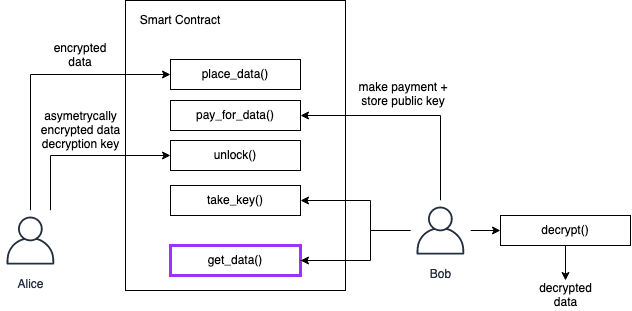
mradkov/ecdh-exchange keeps this draw.io diagram as assets/secure-data-exchange.png. Above is the earlier version. Source tidied: cells renumbered, new cells last; positions are measured from the earlier drawing's top-left corner, leaving out a move shared by most shapes. Its diagram source:
```xml
<mxGraphModel>
  <root>
    <mxCell id="0" />
    <mxCell id="1" parent="0" />
    <mxCell id="2" style="rounded=0;whiteSpace=wrap;html=1;" parent="1" vertex="1">
      <mxGeometry x="125" width="220" height="290" as="geometry" />
    </mxCell>
    <mxCell id="3" value="place_data()" style="rounded=0;whiteSpace=wrap;html=1;" parent="1" vertex="1">
      <mxGeometry x="170" y="59" width="130" height="30" as="geometry" />
    </mxCell>
    <mxCell id="4" style="edgeStyle=orthogonalEdgeStyle;rounded=0;jettySize=auto;html=1;entryX=0;entryY=0.5;entryDx=0;entryDy=0;" parent="1" edge="1" source="6" target="3">
      <mxGeometry relative="1" as="geometry">
        <Array as="points">
          <mxPoint x="30" y="74" />
        </Array>
      </mxGeometry>
    </mxCell>
    <mxCell id="5" style="edgeStyle=orthogonalEdgeStyle;rounded=0;jettySize=auto;html=1;entryX=0;entryY=0.5;entryDx=0;entryDy=0;" parent="1" edge="1" source="6" target="13">
      <mxGeometry relative="1" as="geometry">
        <Array as="points">
          <mxPoint x="50" y="155" />
        </Array>
      </mxGeometry>
    </mxCell>
    <mxCell id="6" value="&lt;div&gt;Alice&lt;/div&gt;" style="outlineConnect=0;fontColor=#232F3E;gradientColor=none;strokeColor=#232F3E;fillColor=#ffffff;dashed=0;verticalLabelPosition=bottom;verticalAlign=top;align=center;html=1;fontSize=12;fontStyle=0;shape=mxgraph.aws4.resourceIcon;resIcon=mxgraph.aws4.user;" parent="1" vertex="1">
      <mxGeometry y="210" width="60" height="60" as="geometry" />
    </mxCell>
    <mxCell id="7" style="edgeStyle=orthogonalEdgeStyle;rounded=0;jettySize=auto;html=1;entryX=1;entryY=0.5;entryDx=0;entryDy=0;" parent="1" edge="1" source="10" target="12">
      <mxGeometry relative="1" as="geometry">
        <Array as="points">
          <mxPoint x="440" y="115" />
        </Array>
      </mxGeometry>
    </mxCell>
    <mxCell id="8" style="edgeStyle=orthogonalEdgeStyle;rounded=0;jettySize=auto;html=1;entryX=1;entryY=0.5;entryDx=0;entryDy=0;" parent="1" edge="1" source="10" target="14">
      <mxGeometry relative="1" as="geometry">
        <Array as="points">
          <mxPoint x="370" y="230" />
          <mxPoint x="370" y="200" />
        </Array>
      </mxGeometry>
    </mxCell>
    <mxCell id="9" style="edgeStyle=orthogonalEdgeStyle;rounded=0;jettySize=auto;html=1;entryX=0;entryY=0.5;entryDx=0;entryDy=0;" parent="1" edge="1" source="10" target="21">
      <mxGeometry relative="1" as="geometry" />
    </mxCell>
    <mxCell id="10" value="&lt;div&gt;Bob&lt;/div&gt;" style="outlineConnect=0;fontColor=#232F3E;gradientColor=none;strokeColor=#232F3E;fillColor=#ffffff;dashed=0;verticalLabelPosition=bottom;verticalAlign=top;align=center;html=1;fontSize=12;fontStyle=0;shape=mxgraph.aws4.resourceIcon;resIcon=mxgraph.aws4.user;" parent="1" vertex="1">
      <mxGeometry x="410" y="200" width="60" height="60" as="geometry" />
    </mxCell>
    <mxCell id="11" value="encrypted data" style="text;html=1;strokeColor=none;fillColor=none;align=center;verticalAlign=middle;whiteSpace=wrap;rounded=0;" parent="1" vertex="1">
      <mxGeometry x="60" y="40" width="40" height="30" as="geometry" />
    </mxCell>
    <mxCell id="12" value="pay_for_data()" style="rounded=0;whiteSpace=wrap;html=1;" parent="1" vertex="1">
      <mxGeometry x="170" y="100" width="130" height="30" as="geometry" />
    </mxCell>
    <mxCell id="13" value="unlock()" style="rounded=0;whiteSpace=wrap;html=1;" parent="1" vertex="1">
      <mxGeometry x="170" y="140" width="130" height="30" as="geometry" />
    </mxCell>
    <mxCell id="14" value="take_key()" style="rounded=0;whiteSpace=wrap;html=1;" parent="1" vertex="1">
      <mxGeometry x="170" y="185" width="130" height="30" as="geometry" />
    </mxCell>
    <mxCell id="15" value="make payment + store public key" style="text;html=1;strokeColor=none;fillColor=none;align=center;verticalAlign=middle;whiteSpace=wrap;rounded=0;" parent="1" vertex="1">
      <mxGeometry x="355" y="80" width="96" height="29" as="geometry" />
    </mxCell>
    <mxCell id="16" value="Smart Contract" style="text;html=1;strokeColor=none;fillColor=none;align=center;verticalAlign=middle;whiteSpace=wrap;rounded=0;" parent="1" vertex="1">
      <mxGeometry x="130" y="10" width="100" height="20" as="geometry" />
    </mxCell>
    <mxCell id="17" value="asymetrycally encrypted data decryption key" style="text;html=1;strokeColor=none;fillColor=none;align=center;verticalAlign=middle;whiteSpace=wrap;rounded=0;" parent="1" vertex="1">
      <mxGeometry x="27.5" y="120" width="105" height="20" as="geometry" />
    </mxCell>
    <mxCell id="18" value="get_data()" style="rounded=0;whiteSpace=wrap;html=1;strokeColor=#9933FF;strokeWidth=3;" parent="1" vertex="1">
      <mxGeometry x="170" y="245" width="130" height="30" as="geometry" />
    </mxCell>
    <mxCell id="19" style="edgeStyle=orthogonalEdgeStyle;rounded=0;jettySize=auto;html=1;entryX=1;entryY=0.5;entryDx=0;entryDy=0;" parent="1" edge="1" source="10" target="18">
      <mxGeometry relative="1" as="geometry">
        <Array as="points">
          <mxPoint x="370" y="230" />
          <mxPoint x="370" y="260" />
          <mxPoint x="300" y="260" />
        </Array>
      </mxGeometry>
    </mxCell>
    <mxCell id="20" style="edgeStyle=orthogonalEdgeStyle;rounded=0;jettySize=auto;html=1;entryX=0.5;entryY=0;entryDx=0;entryDy=0;" parent="1" edge="1" source="21" target="22">
      <mxGeometry relative="1" as="geometry" />
    </mxCell>
    <mxCell id="21" value="decrypt()" style="rounded=0;whiteSpace=wrap;html=1;" parent="1" vertex="1">
      <mxGeometry x="500" y="215" width="130" height="30" as="geometry" />
    </mxCell>
    <mxCell id="22" value="&lt;div&gt;decrypted data&lt;/div&gt;" style="text;html=1;strokeColor=none;fillColor=none;align=center;verticalAlign=middle;whiteSpace=wrap;rounded=0;" parent="1" vertex="1">
      <mxGeometry x="537.5" y="280" width="55" height="30" as="geometry" />
    </mxCell>
  </root>
</mxGraphModel>
```
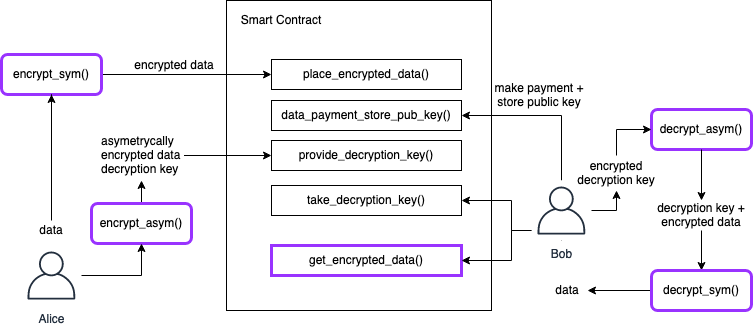
The same file after the commit.

Commit message:
update flow diagram

Diff of the diagram source:
```diff
@@ -3,90 +3,135 @@
     <mxCell id="0" />
     <mxCell id="1" parent="0" />
     <mxCell id="2" style="rounded=0;whiteSpace=wrap;html=1;" parent="1" vertex="1">
-      <mxGeometry x="125" width="220" height="290" as="geometry" />
+      <mxGeometry x="125" width="265" height="310" as="geometry" />
     </mxCell>
-    <mxCell id="3" value="place_data()" style="rounded=0;whiteSpace=wrap;html=1;" parent="1" vertex="1">
-      <mxGeometry x="170" y="59" width="130" height="30" as="geometry" />
+    <mxCell id="3" value="place_encrypted_data()" style="rounded=0;whiteSpace=wrap;html=1;" parent="1" vertex="1">
+      <mxGeometry x="170" y="59" width="190" height="30" as="geometry" />
     </mxCell>
-    <mxCell id="4" style="edgeStyle=orthogonalEdgeStyle;rounded=0;jettySize=auto;html=1;entryX=0;entryY=0.5;entryDx=0;entryDy=0;" parent="1" edge="1" source="6" target="3">
+    <mxCell id="4" style="edgeStyle=orthogonalEdgeStyle;rounded=0;jettySize=auto;html=1;entryX=0;entryY=0.5;entryDx=0;entryDy=0;" parent="1" edge="1" source="25" target="3">
       <mxGeometry relative="1" as="geometry">
         <Array as="points">
-          <mxPoint x="30" y="74" />
+          <mxPoint x="-30" y="74" />
         </Array>
       </mxGeometry>
     </mxCell>
-    <mxCell id="5" style="edgeStyle=orthogonalEdgeStyle;rounded=0;jettySize=auto;html=1;entryX=0;entryY=0.5;entryDx=0;entryDy=0;" parent="1" edge="1" source="6" target="13">
-      <mxGeometry relative="1" as="geometry">
-        <Array as="points">
-          <mxPoint x="50" y="155" />
-        </Array>
-      </mxGeometry>
-    </mxCell>
     <mxCell id="6" value="&lt;div&gt;Alice&lt;/div&gt;" style="outlineConnect=0;fontColor=#232F3E;gradientColor=none;strokeColor=#232F3E;fillColor=#ffffff;dashed=0;verticalLabelPosition=bottom;verticalAlign=top;align=center;html=1;fontSize=12;fontStyle=0;shape=mxgraph.aws4.resourceIcon;resIcon=mxgraph.aws4.user;" parent="1" vertex="1">
-      <mxGeometry y="210" width="60" height="60" as="geometry" />
+      <mxGeometry x="-80" y="245" width="60" height="60" as="geometry" />
     </mxCell>
     <mxCell id="7" style="edgeStyle=orthogonalEdgeStyle;rounded=0;jettySize=auto;html=1;entryX=1;entryY=0.5;entryDx=0;entryDy=0;" parent="1" edge="1" source="10" target="12">
       <mxGeometry relative="1" as="geometry">
         <Array as="points">
-          <mxPoint x="440" y="115" />
+          <mxPoint x="460" y="115" />
         </Array>
       </mxGeometry>
     </mxCell>
     <mxCell id="8" style="edgeStyle=orthogonalEdgeStyle;rounded=0;jettySize=auto;html=1;entryX=1;entryY=0.5;entryDx=0;entryDy=0;" parent="1" edge="1" source="10" target="14">
       <mxGeometry relative="1" as="geometry">
         <Array as="points">
-          <mxPoint x="370" y="230" />
-          <mxPoint x="370" y="200" />
+          <mxPoint x="410" y="230" />
+          <mxPoint x="410" y="200" />
         </Array>
       </mxGeometry>
     </mxCell>
-    <mxCell id="9" style="edgeStyle=orthogonalEdgeStyle;rounded=0;jettySize=auto;html=1;entryX=0;entryY=0.5;entryDx=0;entryDy=0;" parent="1" edge="1" source="10" target="21">
-      <mxGeometry relative="1" as="geometry" />
-    </mxCell>
+    <mxCell id="23" style="edgeStyle=orthogonalEdgeStyle;rounded=0;jettySize=auto;html=1;entryX=0.5;entryY=1;entryDx=0;entryDy=0;" parent="1" edge="1" source="10" target="31">
+      <mxGeometry relative="1" as="geometry">
+        <Array as="points">
+          <mxPoint x="460" y="210" />
+          <mxPoint x="515" y="210" />
+        </Array>
+      </mxGeometry>
+    </mxCell>
     <mxCell id="10" value="&lt;div&gt;Bob&lt;/div&gt;" style="outlineConnect=0;fontColor=#232F3E;gradientColor=none;strokeColor=#232F3E;fillColor=#ffffff;dashed=0;verticalLabelPosition=bottom;verticalAlign=top;align=center;html=1;fontSize=12;fontStyle=0;shape=mxgraph.aws4.resourceIcon;resIcon=mxgraph.aws4.user;" parent="1" vertex="1">
-      <mxGeometry x="410" y="200" width="60" height="60" as="geometry" />
+      <mxGeometry x="430" y="180" width="60" height="60" as="geometry" />
     </mxCell>
     <mxCell id="11" value="encrypted data" style="text;html=1;strokeColor=none;fillColor=none;align=center;verticalAlign=middle;whiteSpace=wrap;rounded=0;" parent="1" vertex="1">
-      <mxGeometry x="60" y="40" width="40" height="30" as="geometry" />
+      <mxGeometry x="27.5" y="50" width="90" height="30" as="geometry" />
     </mxCell>
-    <mxCell id="12" value="pay_for_data()" style="rounded=0;whiteSpace=wrap;html=1;" parent="1" vertex="1">
-      <mxGeometry x="170" y="100" width="130" height="30" as="geometry" />
+    <mxCell id="12" value="data_payment_store_pub_key()" style="rounded=0;whiteSpace=wrap;html=1;" parent="1" vertex="1">
+      <mxGeometry x="170" y="100" width="190" height="30" as="geometry" />
     </mxCell>
-    <mxCell id="13" value="unlock()" style="rounded=0;whiteSpace=wrap;html=1;" parent="1" vertex="1">
-      <mxGeometry x="170" y="140" width="130" height="30" as="geometry" />
+    <mxCell id="13" value="provide_decryption_key()" style="rounded=0;whiteSpace=wrap;html=1;" parent="1" vertex="1">
+      <mxGeometry x="170" y="140" width="190" height="30" as="geometry" />
     </mxCell>
-    <mxCell id="14" value="take_key()" style="rounded=0;whiteSpace=wrap;html=1;" parent="1" vertex="1">
-      <mxGeometry x="170" y="185" width="130" height="30" as="geometry" />
+    <mxCell id="14" value="take_decryption_key()" style="rounded=0;whiteSpace=wrap;html=1;" parent="1" vertex="1">
+      <mxGeometry x="170" y="185" width="190" height="30" as="geometry" />
     </mxCell>
     <mxCell id="15" value="make payment + store public key" style="text;html=1;strokeColor=none;fillColor=none;align=center;verticalAlign=middle;whiteSpace=wrap;rounded=0;" parent="1" vertex="1">
-      <mxGeometry x="355" y="80" width="96" height="29" as="geometry" />
+      <mxGeometry x="390" y="80" width="96" height="29" as="geometry" />
     </mxCell>
     <mxCell id="16" value="Smart Contract" style="text;html=1;strokeColor=none;fillColor=none;align=center;verticalAlign=middle;whiteSpace=wrap;rounded=0;" parent="1" vertex="1">
       <mxGeometry x="130" y="10" width="100" height="20" as="geometry" />
     </mxCell>
+    <mxCell id="24" style="edgeStyle=orthogonalEdgeStyle;rounded=0;jettySize=auto;html=1;entryX=0;entryY=0.5;entryDx=0;entryDy=0;" parent="1" edge="1" source="17" target="13">
+      <mxGeometry relative="1" as="geometry" />
+    </mxCell>
-    <mxCell id="17" value="asymetrycally encrypted data decryption key" style="text;html=1;strokeColor=none;fillColor=none;align=center;verticalAlign=middle;whiteSpace=wrap;rounded=0;" parent="1" vertex="1">
-      <mxGeometry x="27.5" y="120" width="105" height="20" as="geometry" />
+    <mxCell id="17" value="asymetrycally encrypted data decryption key" style="text;html=1;strokeColor=none;fillColor=none;align=left;verticalAlign=middle;whiteSpace=wrap;rounded=0;" parent="1" vertex="1">
+      <mxGeometry x="-2.5" y="130" width="85" height="50" as="geometry" />
     </mxCell>
-    <mxCell id="18" value="get_data()" style="rounded=0;whiteSpace=wrap;html=1;strokeColor=#9933FF;strokeWidth=3;" parent="1" vertex="1">
-      <mxGeometry x="170" y="245" width="130" height="30" as="geometry" />
+    <mxCell id="18" value="get_encrypted_data()" style="rounded=0;whiteSpace=wrap;html=1;strokeColor=#9933FF;strokeWidth=3;" parent="1" vertex="1">
+      <mxGeometry x="170" y="245" width="190" height="30" as="geometry" />
     </mxCell>
     <mxCell id="19" style="edgeStyle=orthogonalEdgeStyle;rounded=0;jettySize=auto;html=1;entryX=1;entryY=0.5;entryDx=0;entryDy=0;" parent="1" edge="1" source="10" target="18">
       <mxGeometry relative="1" as="geometry">
         <Array as="points">
-          <mxPoint x="370" y="230" />
-          <mxPoint x="370" y="260" />
-          <mxPoint x="300" y="260" />
+          <mxPoint x="410" y="230" />
+          <mxPoint x="410" y="260" />
         </Array>
       </mxGeometry>
     </mxCell>
-    <mxCell id="20" style="edgeStyle=orthogonalEdgeStyle;rounded=0;jettySize=auto;html=1;entryX=0.5;entryY=0;entryDx=0;entryDy=0;" parent="1" edge="1" source="21" target="22">
-      <mxGeometry relative="1" as="geometry" />
-    </mxCell>
-    <mxCell id="21" value="decrypt()" style="rounded=0;whiteSpace=wrap;html=1;" parent="1" vertex="1">
-      <mxGeometry x="500" y="215" width="130" height="30" as="geometry" />
-    </mxCell>
-    <mxCell id="22" value="&lt;div&gt;decrypted data&lt;/div&gt;" style="text;html=1;strokeColor=none;fillColor=none;align=center;verticalAlign=middle;whiteSpace=wrap;rounded=0;" parent="1" vertex="1">
-      <mxGeometry x="537.5" y="280" width="55" height="30" as="geometry" />
-    </mxCell>
+    <mxCell id="25" value="&lt;div&gt;encrypt_sym()&lt;/div&gt;" style="rounded=1;whiteSpace=wrap;html=1;strokeColor=#9933FF;strokeWidth=3;" parent="1" vertex="1">
+      <mxGeometry x="-100" y="54" width="100" height="40" as="geometry" />
+    </mxCell>
+    <mxCell id="26" style="edgeStyle=orthogonalEdgeStyle;rounded=0;jettySize=auto;html=1;entryX=0.5;entryY=1;entryDx=0;entryDy=0;exitX=0.5;exitY=0;exitDx=0;exitDy=0;" parent="1" edge="1" source="27" target="25">
+      <mxGeometry relative="1" as="geometry">
+        <Array as="points">
+          <mxPoint x="-50" y="94" />
+          <mxPoint x="-50" y="94" />
+        </Array>
+      </mxGeometry>
+    </mxCell>
+    <mxCell id="27" value="data" style="text;html=1;strokeColor=none;fillColor=none;align=center;verticalAlign=middle;whiteSpace=wrap;rounded=0;" parent="1" vertex="1">
+      <mxGeometry x="-70" y="220" width="40" height="20" as="geometry" />
+    </mxCell>
+    <mxCell id="28" style="edgeStyle=orthogonalEdgeStyle;rounded=0;jettySize=auto;html=1;exitX=0.5;exitY=1;exitDx=0;exitDy=0;entryX=0.5;entryY=0;entryDx=0;entryDy=0;" parent="1" edge="1" source="35" target="33">
+      <mxGeometry relative="1" as="geometry" />
+    </mxCell>
+    <mxCell id="29" value="&lt;div&gt;decrypt_asym()&lt;/div&gt;" style="rounded=1;whiteSpace=wrap;html=1;strokeColor=#9933FF;strokeWidth=3;" parent="1" vertex="1">
+      <mxGeometry x="550" y="109" width="100" height="40" as="geometry" />
+    </mxCell>
+    <mxCell id="30" style="edgeStyle=orthogonalEdgeStyle;rounded=0;jettySize=auto;html=1;exitX=0.5;exitY=0;exitDx=0;exitDy=0;entryX=0;entryY=0.5;entryDx=0;entryDy=0;" parent="1" edge="1" source="31" target="29">
+      <mxGeometry relative="1" as="geometry" />
+    </mxCell>
+    <mxCell id="31" value="encrypted decryption key" style="text;html=1;strokeColor=none;fillColor=none;align=center;verticalAlign=middle;whiteSpace=wrap;rounded=0;" parent="1" vertex="1">
+      <mxGeometry x="470" y="155" width="90" height="35" as="geometry" />
+    </mxCell>
+    <mxCell id="32" style="edgeStyle=orthogonalEdgeStyle;rounded=0;jettySize=auto;html=1;entryX=1;entryY=0.5;entryDx=0;entryDy=0;" parent="1" edge="1" source="33" target="34">
+      <mxGeometry relative="1" as="geometry" />
+    </mxCell>
+    <mxCell id="33" value="&lt;div&gt;decrypt_sym()&lt;/div&gt;" style="rounded=1;whiteSpace=wrap;html=1;strokeColor=#9933FF;strokeWidth=3;" parent="1" vertex="1">
+      <mxGeometry x="550" y="270" width="100" height="40" as="geometry" />
+    </mxCell>
+    <mxCell id="34" value="data" style="text;html=1;strokeColor=none;fillColor=none;align=center;verticalAlign=middle;whiteSpace=wrap;rounded=0;" parent="1" vertex="1">
+      <mxGeometry x="446" y="280" width="40" height="20" as="geometry" />
+    </mxCell>
+    <mxCell id="35" value="decryption key + encrypted data" style="text;html=1;strokeColor=none;fillColor=none;align=center;verticalAlign=middle;whiteSpace=wrap;rounded=0;" parent="1" vertex="1">
+      <mxGeometry x="555" y="200" width="90" height="30" as="geometry" />
+    </mxCell>
+    <mxCell id="36" style="edgeStyle=orthogonalEdgeStyle;rounded=0;jettySize=auto;html=1;exitX=0.5;exitY=1;exitDx=0;exitDy=0;entryX=0.5;entryY=0;entryDx=0;entryDy=0;" parent="1" edge="1" source="29" target="35">
+      <mxGeometry relative="1" as="geometry" />
+    </mxCell>
+    <mxCell id="37" style="edgeStyle=orthogonalEdgeStyle;rounded=0;jettySize=auto;html=1;entryX=0.5;entryY=1;entryDx=0;entryDy=0;" parent="1" edge="1" source="38" target="17">
+      <mxGeometry relative="1" as="geometry" />
+    </mxCell>
+    <mxCell id="38" value="&lt;div&gt;encrypt_asym()&lt;/div&gt;" style="rounded=1;whiteSpace=wrap;html=1;strokeColor=#9933FF;strokeWidth=3;" parent="1" vertex="1">
+      <mxGeometry x="-10" y="203" width="100" height="40" as="geometry" />
+    </mxCell>
+    <mxCell id="39" style="edgeStyle=orthogonalEdgeStyle;rounded=0;jettySize=auto;html=1;entryX=0.5;entryY=1;entryDx=0;entryDy=0;" parent="1" edge="1" source="6" target="38">
+      <mxGeometry relative="1" as="geometry">
+        <Array as="points">
+          <mxPoint x="40" y="275" />
+        </Array>
+      </mxGeometry>
+    </mxCell>
   </root>
 </mxGraphModel>
```
